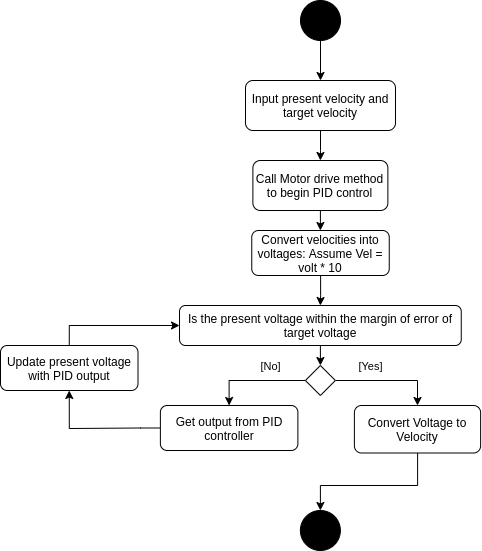
This is assets/Activity.png from llDev-Rootll/PID_Control, a draw.io export, as it was before one commit. Source tidied: cells renumbered, new cells last; positions are measured from the earlier drawing's top-left corner, leaving out a move shared by most shapes. Source of this version:
```xml
<mxGraphModel>
  <root>
    <mxCell id="0" />
    <mxCell id="1" parent="0" />
    <mxCell id="2" style="edgeStyle=orthogonalEdgeStyle;rounded=0;jettySize=auto;html=1;entryX=0.5;entryY=0;entryDx=0;entryDy=0;" parent="1" edge="1" source="3" target="5">
      <mxGeometry relative="1" as="geometry" />
    </mxCell>
    <mxCell id="3" style="ellipse;whiteSpace=wrap;html=1;fillColor=#000000;" parent="1" vertex="1">
      <mxGeometry x="300" width="40" height="40" as="geometry" />
    </mxCell>
    <mxCell id="4" style="edgeStyle=orthogonalEdgeStyle;rounded=0;jettySize=auto;html=1;entryX=0.5;entryY=0;entryDx=0;entryDy=0;" parent="1" edge="1" source="5" target="21">
      <mxGeometry relative="1" as="geometry" />
    </mxCell>
    <mxCell id="5" value="Input present velocity and target velocity" style="rounded=1;whiteSpace=wrap;html=1;hachureGap=4;" parent="1" vertex="1">
      <mxGeometry x="245" y="80" width="150" height="50" as="geometry" />
    </mxCell>
    <mxCell id="6" style="edgeStyle=orthogonalEdgeStyle;rounded=0;jettySize=auto;html=1;entryX=0.5;entryY=1;entryDx=0;entryDy=0;" parent="1" edge="1" source="7" target="24">
      <mxGeometry relative="1" as="geometry">
        <Array as="points">
          <mxPoint x="140" y="428" />
          <mxPoint x="69" y="428" />
        </Array>
      </mxGeometry>
    </mxCell>
    <mxCell id="7" value="Get output from PID controller" style="rounded=1;whiteSpace=wrap;html=1;hachureGap=4;" parent="1" vertex="1">
      <mxGeometry x="159.9" y="405" width="137.5" height="45" as="geometry" />
    </mxCell>
    <mxCell id="8" style="edgeStyle=orthogonalEdgeStyle;rounded=0;jettySize=auto;html=1;entryX=0.5;entryY=0;entryDx=0;entryDy=0;" parent="1" edge="1" source="9" target="14">
      <mxGeometry relative="1" as="geometry" />
    </mxCell>
    <mxCell id="9" value="Is the present voltage within the margin of error of target voltage" style="rounded=1;whiteSpace=wrap;html=1;hachureGap=4;" parent="1" vertex="1">
      <mxGeometry x="179" y="305" width="281.7" height="40" as="geometry" />
    </mxCell>
    <mxCell id="10" style="edgeStyle=orthogonalEdgeStyle;rounded=0;jettySize=auto;html=1;entryX=0.5;entryY=0;entryDx=0;entryDy=0;" parent="1" edge="1" source="14" target="7">
      <mxGeometry relative="1" as="geometry" />
    </mxCell>
    <mxCell id="11" value="[No]" style="edgeLabel;html=1;align=center;verticalAlign=middle;" parent="10" vertex="1">
      <mxGeometry x="-0.53" relative="1" as="geometry">
        <mxPoint x="-11" y="-15" as="offset" />
      </mxGeometry>
    </mxCell>
    <mxCell id="12" style="edgeStyle=orthogonalEdgeStyle;rounded=0;jettySize=auto;html=1;entryX=0.5;entryY=0;entryDx=0;entryDy=0;exitX=1;exitY=0.5;exitDx=0;exitDy=0;" parent="1" edge="1" source="14" target="16">
      <mxGeometry relative="1" as="geometry" />
    </mxCell>
    <mxCell id="13" value="[Yes]" style="edgeLabel;html=1;align=center;verticalAlign=middle;" parent="12" vertex="1">
      <mxGeometry x="-0.59" y="1" relative="1" as="geometry">
        <mxPoint x="13" y="-14" as="offset" />
      </mxGeometry>
    </mxCell>
    <mxCell id="14" style="rhombus;whiteSpace=wrap;html=1;fillColor=#FFFFFF;" parent="1" vertex="1">
      <mxGeometry x="304.9" y="365" width="30" height="30" as="geometry" />
    </mxCell>
    <mxCell id="15" style="edgeStyle=orthogonalEdgeStyle;rounded=0;jettySize=auto;html=1;entryX=0.5;entryY=0;entryDx=0;entryDy=0;" parent="1" edge="1" source="16" target="19">
      <mxGeometry relative="1" as="geometry">
        <Array as="points">
          <mxPoint x="417" y="485" />
          <mxPoint x="320" y="485" />
        </Array>
      </mxGeometry>
    </mxCell>
    <mxCell id="16" value="Convert Voltage to Velocity" style="rounded=1;whiteSpace=wrap;html=1;hachureGap=4;" parent="1" vertex="1">
      <mxGeometry x="353.9" y="405" width="126.2" height="47.5" as="geometry" />
    </mxCell>
    <mxCell id="17" style="edgeStyle=orthogonalEdgeStyle;rounded=0;jettySize=auto;html=1;entryX=0.5;entryY=0;entryDx=0;entryDy=0;" parent="1" edge="1" source="18" target="9">
      <mxGeometry relative="1" as="geometry" />
    </mxCell>
    <mxCell id="18" value="Convert velocities into voltages: Assume Vel = volt * 10" style="rounded=1;whiteSpace=wrap;html=1;hachureGap=4;" parent="1" vertex="1">
      <mxGeometry x="251.2" y="230" width="137.5" height="45" as="geometry" />
    </mxCell>
    <mxCell id="19" style="ellipse;whiteSpace=wrap;html=1;fillColor=#000000;" parent="1" vertex="1">
      <mxGeometry x="299.9" y="510" width="40" height="40" as="geometry" />
    </mxCell>
    <mxCell id="20" style="edgeStyle=orthogonalEdgeStyle;rounded=0;jettySize=auto;html=1;" parent="1" edge="1" source="21" target="18">
      <mxGeometry relative="1" as="geometry" />
    </mxCell>
    <mxCell id="21" value="Call Motor drive method to begin PID control" style="rounded=1;whiteSpace=wrap;html=1;hachureGap=4;" parent="1" vertex="1">
      <mxGeometry x="252.4" y="160" width="135" height="50" as="geometry" />
    </mxCell>
    <mxCell id="22" value="&amp;nbsp;" style="text;whiteSpace=wrap;html=1;" parent="1" vertex="1">
      <mxGeometry x="350" y="210" width="30" height="30" as="geometry" />
    </mxCell>
    <mxCell id="23" style="edgeStyle=orthogonalEdgeStyle;rounded=0;jettySize=auto;html=1;exitX=0.5;exitY=0;exitDx=0;exitDy=0;entryX=0;entryY=0.5;entryDx=0;entryDy=0;" parent="1" edge="1" source="24" target="9">
      <mxGeometry relative="1" as="geometry" />
    </mxCell>
    <mxCell id="24" value="Update present voltage with PID output" style="rounded=1;whiteSpace=wrap;html=1;hachureGap=4;" parent="1" vertex="1">
      <mxGeometry y="345" width="137.5" height="45" as="geometry" />
    </mxCell>
  </root>
</mxGraphModel>
```
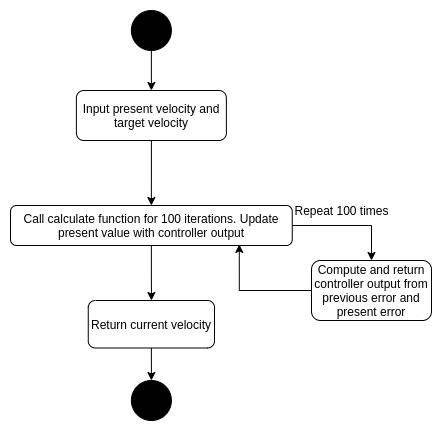
Above is the later version.

Commit message:
Updated activity diagrams

Diff of the diagram source:
```diff
@@ -6,84 +6,44 @@
       <mxGeometry relative="1" as="geometry" />
     </mxCell>
     <mxCell id="3" style="ellipse;whiteSpace=wrap;html=1;fillColor=#000000;" parent="1" vertex="1">
-      <mxGeometry x="300" width="40" height="40" as="geometry" />
+      <mxGeometry x="299.9" y="110" width="40" height="40" as="geometry" />
     </mxCell>
-    <mxCell id="4" style="edgeStyle=orthogonalEdgeStyle;rounded=0;jettySize=auto;html=1;entryX=0.5;entryY=0;entryDx=0;entryDy=0;" parent="1" edge="1" source="5" target="21">
-      <mxGeometry relative="1" as="geometry" />
-    </mxCell>
+    <mxCell id="25" style="edgeStyle=orthogonalEdgeStyle;rounded=0;jettySize=auto;html=1;" parent="1" edge="1" source="5" target="9">
+      <mxGeometry relative="1" as="geometry" />
+    </mxCell>
     <mxCell id="5" value="Input present velocity and target velocity" style="rounded=1;whiteSpace=wrap;html=1;hachureGap=4;" parent="1" vertex="1">
-      <mxGeometry x="245" y="80" width="150" height="50" as="geometry" />
+      <mxGeometry x="244.9" y="190" width="150" height="50" as="geometry" />
     </mxCell>
-    <mxCell id="6" style="edgeStyle=orthogonalEdgeStyle;rounded=0;jettySize=auto;html=1;entryX=0.5;entryY=1;entryDx=0;entryDy=0;" parent="1" edge="1" source="7" target="24">
-      <mxGeometry relative="1" as="geometry">
-        <Array as="points">
-          <mxPoint x="140" y="428" />
-          <mxPoint x="69" y="428" />
-        </Array>
-      </mxGeometry>
-    </mxCell>
-    <mxCell id="7" value="Get output from PID controller" style="rounded=1;whiteSpace=wrap;html=1;hachureGap=4;" parent="1" vertex="1">
-      <mxGeometry x="159.9" y="405" width="137.5" height="45" as="geometry" />
-    </mxCell>
-    <mxCell id="8" style="edgeStyle=orthogonalEdgeStyle;rounded=0;jettySize=auto;html=1;entryX=0.5;entryY=0;entryDx=0;entryDy=0;" parent="1" edge="1" source="9" target="14">
-      <mxGeometry relative="1" as="geometry" />
-    </mxCell>
+    <mxCell id="26" style="edgeStyle=orthogonalEdgeStyle;rounded=0;jettySize=auto;html=1;" parent="1" edge="1" source="9" target="29">
+      <mxGeometry relative="1" as="geometry" />
+    </mxCell>
+    <mxCell id="27" style="edgeStyle=orthogonalEdgeStyle;rounded=0;jettySize=auto;html=1;" parent="1" edge="1" source="9" target="16">
+      <mxGeometry relative="1" as="geometry" />
+    </mxCell>
-    <mxCell id="9" value="Is the present voltage within the margin of error of target voltage" style="rounded=1;whiteSpace=wrap;html=1;hachureGap=4;" parent="1" vertex="1">
+    <mxCell id="9" value="Call calculate function for 100 iterations. Update present value with controller output" style="rounded=1;whiteSpace=wrap;html=1;hachureGap=4;" parent="1" vertex="1">
       <mxGeometry x="179" y="305" width="281.7" height="40" as="geometry" />
     </mxCell>
-    <mxCell id="10" style="edgeStyle=orthogonalEdgeStyle;rounded=0;jettySize=auto;html=1;entryX=0.5;entryY=0;entryDx=0;entryDy=0;" parent="1" edge="1" source="14" target="7">
-      <mxGeometry relative="1" as="geometry" />
-    </mxCell>
-    <mxCell id="11" value="[No]" style="edgeLabel;html=1;align=center;verticalAlign=middle;" parent="10" vertex="1">
-      <mxGeometry x="-0.53" relative="1" as="geometry">
-        <mxPoint x="-11" y="-15" as="offset" />
-      </mxGeometry>
-    </mxCell>
-    <mxCell id="12" style="edgeStyle=orthogonalEdgeStyle;rounded=0;jettySize=auto;html=1;entryX=0.5;entryY=0;entryDx=0;entryDy=0;exitX=1;exitY=0.5;exitDx=0;exitDy=0;" parent="1" edge="1" source="14" target="16">
-      <mxGeometry relative="1" as="geometry" />
-    </mxCell>
-    <mxCell id="13" value="[Yes]" style="edgeLabel;html=1;align=center;verticalAlign=middle;" parent="12" vertex="1">
-      <mxGeometry x="-0.59" y="1" relative="1" as="geometry">
-        <mxPoint x="13" y="-14" as="offset" />
-      </mxGeometry>
-    </mxCell>
-    <mxCell id="14" style="rhombus;whiteSpace=wrap;html=1;fillColor=#FFFFFF;" parent="1" vertex="1">
-      <mxGeometry x="304.9" y="365" width="30" height="30" as="geometry" />
-    </mxCell>
-    <mxCell id="15" style="edgeStyle=orthogonalEdgeStyle;rounded=0;jettySize=auto;html=1;entryX=0.5;entryY=0;entryDx=0;entryDy=0;" parent="1" edge="1" source="16" target="19">
+    <mxCell id="15" style="edgeStyle=orthogonalEdgeStyle;rounded=0;jettySize=auto;html=1;entryX=0.5;entryY=0;entryDx=0;entryDy=0;exitX=0.5;exitY=1;exitDx=0;exitDy=0;" parent="1" edge="1" source="16" target="19">
       <mxGeometry relative="1" as="geometry">
         <Array as="points">
-          <mxPoint x="417" y="485" />
-          <mxPoint x="320" y="485" />
+          <mxPoint x="320" y="480" />
         </Array>
       </mxGeometry>
     </mxCell>
-    <mxCell id="16" value="Convert Voltage to Velocity" style="rounded=1;whiteSpace=wrap;html=1;hachureGap=4;" parent="1" vertex="1">
-      <mxGeometry x="353.9" y="405" width="126.2" height="47.5" as="geometry" />
+    <mxCell id="16" value="Return current velocity" style="rounded=1;whiteSpace=wrap;html=1;hachureGap=4;" parent="1" vertex="1">
+      <mxGeometry x="256.8" y="400" width="126.2" height="47.5" as="geometry" />
     </mxCell>
-    <mxCell id="17" style="edgeStyle=orthogonalEdgeStyle;rounded=0;jettySize=auto;html=1;entryX=0.5;entryY=0;entryDx=0;entryDy=0;" parent="1" edge="1" source="18" target="9">
-      <mxGeometry relative="1" as="geometry" />
-    </mxCell>
-    <mxCell id="18" value="Convert velocities into voltages: Assume Vel = volt * 10" style="rounded=1;whiteSpace=wrap;html=1;hachureGap=4;" parent="1" vertex="1">
-      <mxGeometry x="251.2" y="230" width="137.5" height="45" as="geometry" />
-    </mxCell>
     <mxCell id="19" style="ellipse;whiteSpace=wrap;html=1;fillColor=#000000;" parent="1" vertex="1">
-      <mxGeometry x="299.9" y="510" width="40" height="40" as="geometry" />
+      <mxGeometry x="299.9" y="480" width="40" height="40" as="geometry" />
     </mxCell>
-    <mxCell id="20" style="edgeStyle=orthogonalEdgeStyle;rounded=0;jettySize=auto;html=1;" parent="1" edge="1" source="21" target="18">
-      <mxGeometry relative="1" as="geometry" />
-    </mxCell>
-    <mxCell id="21" value="Call Motor drive method to begin PID control" style="rounded=1;whiteSpace=wrap;html=1;hachureGap=4;" parent="1" vertex="1">
-      <mxGeometry x="252.4" y="160" width="135" height="50" as="geometry" />
-    </mxCell>
-    <mxCell id="22" value="&amp;nbsp;" style="text;whiteSpace=wrap;html=1;" parent="1" vertex="1">
-      <mxGeometry x="350" y="210" width="30" height="30" as="geometry" />
-    </mxCell>
-    <mxCell id="23" style="edgeStyle=orthogonalEdgeStyle;rounded=0;jettySize=auto;html=1;exitX=0.5;exitY=0;exitDx=0;exitDy=0;entryX=0;entryY=0.5;entryDx=0;entryDy=0;" parent="1" edge="1" source="24" target="9">
-      <mxGeometry relative="1" as="geometry" />
-    </mxCell>
-    <mxCell id="24" value="Update present voltage with PID output" style="rounded=1;whiteSpace=wrap;html=1;hachureGap=4;" parent="1" vertex="1">
-      <mxGeometry y="345" width="137.5" height="45" as="geometry" />
-    </mxCell>
+    <mxCell id="28" style="edgeStyle=orthogonalEdgeStyle;rounded=0;jettySize=auto;html=1;entryX=0.812;entryY=0.973;entryDx=0;entryDy=0;entryPerimeter=0;" parent="1" edge="1" source="29" target="9">
+      <mxGeometry relative="1" as="geometry" />
+    </mxCell>
+    <mxCell id="29" value="Compute and return controller output from previous error and present error" style="rounded=1;whiteSpace=wrap;html=1;" parent="1" vertex="1">
+      <mxGeometry x="480" y="360" width="120" height="60" as="geometry" />
+    </mxCell>
+    <mxCell id="30" value="Repeat 100 times" style="text;html=1;align=center;verticalAlign=middle;strokeColor=none;fillColor=none;" parent="1" vertex="1">
+      <mxGeometry x="455" y="300" width="110" height="20" as="geometry" />
+    </mxCell>
   </root>
 </mxGraphModel>
```
